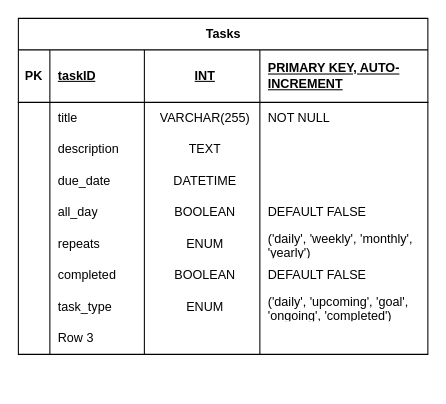
Before: Untitled Diagram.drawio in EBBD88/ToDo-list-Flask, a draw.io diagram. Source tidied: cells renumbered, new cells numbered last; positions are measured from the earlier drawing's top-left corner, leaving out a move shared by most shapes. Both pictures are drawn from the tidied source at 105%, with x=0, y=0 at pixel (18, 18).
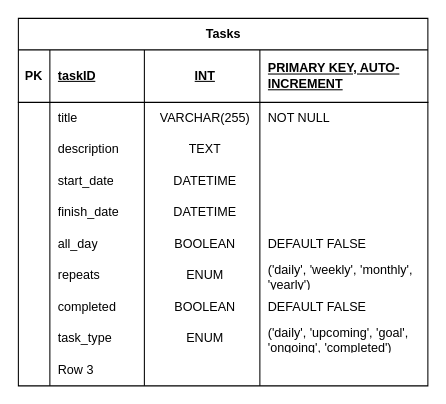
The same diagram, later.

Commit message:
adding start time

What changed in the source:
```diff
@@
     <mxCell id="2" value="Tasks" style="shape=table;startSize=30;childLayout=tableLayout;rowLines=0;fontStyle=1;align=center;html=1;" parent="1" vertex="1">
-      <mxGeometry width="390" height="320" as="geometry" />
+      <mxGeometry width="390" height="350" as="geometry" />
     </mxCell>
@@
+    <mxCell id="48" style="shape=tableRow;horizontal=0;startSize=0;swimlaneHead=0;swimlaneBody=0;fillColor=none;top=0;left=0;right=0;bottom=0;" parent="2" vertex="1">
+      <mxGeometry y="140" width="390" height="30" as="geometry" />
+    </mxCell>
+    <mxCell id="49" style="shape=partialRectangle;fillColor=none;top=0;left=0;bottom=0;right=0;overflow=hidden;whiteSpace=wrap;html=1;" parent="48" vertex="1">
+      <mxGeometry width="30" height="30" as="geometry" />
+    </mxCell>
+    <mxCell id="50" value="start_date" style="shape=partialRectangle;fillColor=none;top=0;left=0;bottom=0;right=0;align=left;spacingLeft=6;overflow=hidden;whiteSpace=wrap;html=1;" parent="48" vertex="1">
+      <mxGeometry x="30" width="90" height="30" as="geometry" />
+    </mxCell>
+    <mxCell id="51" value="DATETIME" style="shape=partialRectangle;fillColor=none;top=0;left=0;bottom=0;right=0;align=center;spacingLeft=6;overflow=hidden;whiteSpace=wrap;html=1;" parent="48" vertex="1">
+      <mxGeometry x="120" width="110" height="30" as="geometry" />
+    </mxCell>
+    <mxCell id="52" style="shape=partialRectangle;fillColor=none;top=0;left=0;bottom=0;right=0;align=left;spacingLeft=6;overflow=hidden;whiteSpace=wrap;html=1;" parent="48" vertex="1">
+      <mxGeometry x="230" width="160" height="30" as="geometry" />
+    </mxCell>
     <mxCell id="18" style="shape=tableRow;horizontal=0;startSize=0;swimlaneHead=0;swimlaneBody=0;fillColor=none;top=0;left=0;right=0;bottom=0;" parent="2" vertex="1">
-      <mxGeometry y="140" width="390" height="30" as="geometry" />
+      <mxGeometry y="170" width="390" height="30" as="geometry" />
     </mxCell>
@@
-    <mxCell id="20" value="due_date" style="shape=partialRectangle;fillColor=none;top=0;left=0;bottom=0;right=0;align=left;spacingLeft=6;overflow=hidden;whiteSpace=wrap;html=1;" parent="18" vertex="1">
+    <mxCell id="20" value="finish_date" style="shape=partialRectangle;fillColor=none;top=0;left=0;bottom=0;right=0;align=left;spacingLeft=6;overflow=hidden;whiteSpace=wrap;html=1;" parent="18" vertex="1">
       <mxGeometry x="30" width="90" height="30" as="geometry" />
     </mxCell>
@@
     <mxCell id="23" style="shape=tableRow;horizontal=0;startSize=0;swimlaneHead=0;swimlaneBody=0;fillColor=none;top=0;left=0;right=0;bottom=0;" parent="2" vertex="1">
-      <mxGeometry y="170" width="390" height="30" as="geometry" />
+      <mxGeometry y="200" width="390" height="30" as="geometry" />
     </mxCell>
@@
     <mxCell id="28" style="shape=tableRow;horizontal=0;startSize=0;swimlaneHead=0;swimlaneBody=0;fillColor=none;top=0;left=0;right=0;bottom=0;" parent="2" vertex="1">
-      <mxGeometry y="200" width="390" height="30" as="geometry" />
+      <mxGeometry y="230" width="390" height="30" as="geometry" />
     </mxCell>
@@
     <mxCell id="33" style="shape=tableRow;horizontal=0;startSize=0;swimlaneHead=0;swimlaneBody=0;fillColor=none;top=0;left=0;right=0;bottom=0;" parent="2" vertex="1">
-      <mxGeometry y="230" width="390" height="30" as="geometry" />
+      <mxGeometry y="260" width="390" height="30" as="geometry" />
     </mxCell>
@@
     <mxCell id="38" style="shape=tableRow;horizontal=0;startSize=0;swimlaneHead=0;swimlaneBody=0;fillColor=none;top=0;left=0;right=0;bottom=0;" parent="2" vertex="1">
-      <mxGeometry y="260" width="390" height="30" as="geometry" />
+      <mxGeometry y="290" width="390" height="30" as="geometry" />
     </mxCell>
@@
     <mxCell id="43" style="shape=tableRow;horizontal=0;startSize=0;swimlaneHead=0;swimlaneBody=0;fillColor=none;top=0;left=0;right=0;bottom=0;" parent="2" vertex="1">
-      <mxGeometry y="290" width="390" height="30" as="geometry" />
+      <mxGeometry y="320" width="390" height="30" as="geometry" />
     </mxCell>
```
